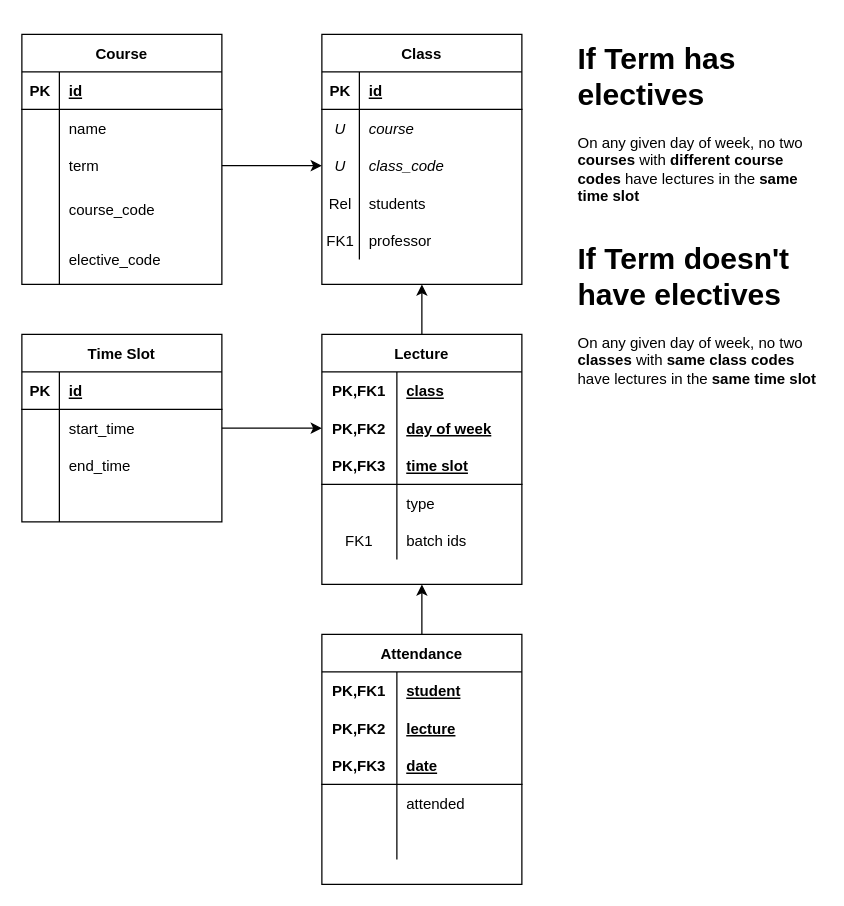
Before: page "Timetable & Attendance" (7 of 7) of miscellaneous/revamp.drawio in Epic-ERP/media, a draw.io diagram. Source tidied: cells renumbered, new cells numbered last; positions are measured from the earlier drawing's top-left corner, leaving out a move shared by most shapes. Both pictures are drawn from the tidied source at 125%, with x=0, y=0 at pixel (21, 34).
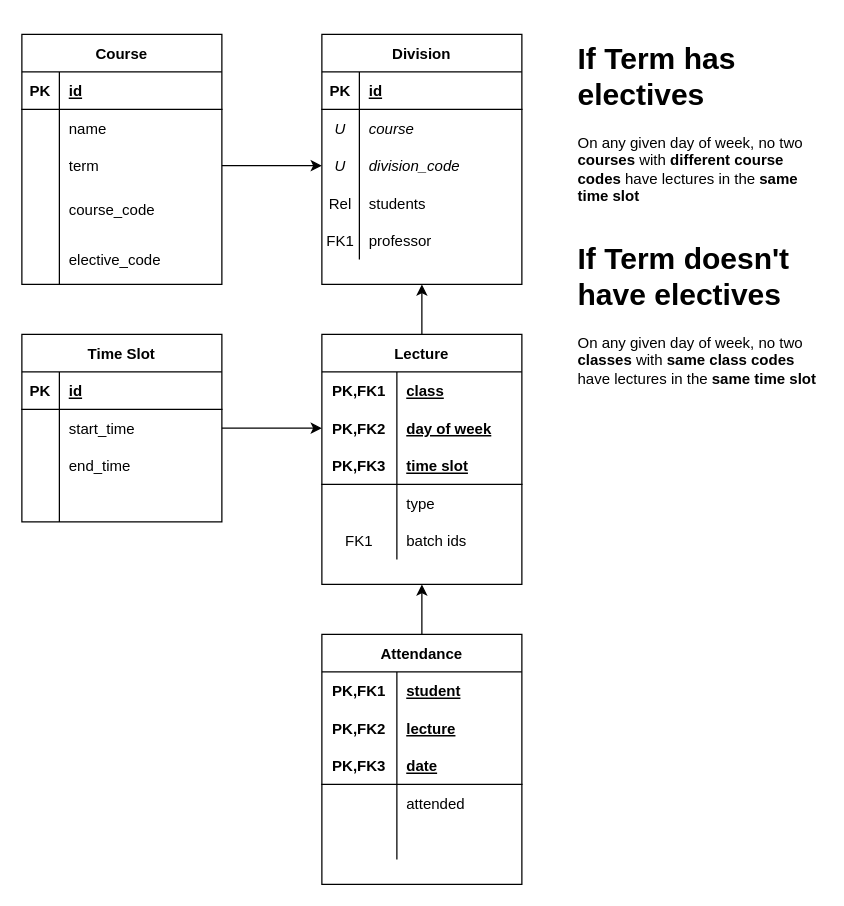
After the change.

The change refers to these unchanged cells:
```xml
<mxCell id="75" style="shape=partialRectangle;fillColor=none;top=0;left=0;bottom=0;right=0;points=[[0,0.5],[1,0.5]];portConstraint=eastwest;" parent="68" vertex="1">
  <mxGeometry y="90" width="160" height="30" as="geometry" />
</mxCell>
```

What changed in the source:
```diff
@@
-    <mxCell id="68" value="Class" style="shape=table;startSize=30;childLayout=tableLayout;rowLines=0;fontStyle=1;align=center;" parent="1" vertex="1">
+    <mxCell id="68" value="Division" style="shape=table;startSize=30;childLayout=tableLayout;rowLines=0;fontStyle=1;align=center;" parent="1" vertex="1">
       <mxGeometry x="240" width="160" height="200" as="geometry" />
     </mxCell>
@@
-    <mxCell id="77" value="class_code" style="shape=partialRectangle;fillColor=none;top=0;left=0;bottom=0;right=0;align=left;spacingLeft=6;overflow=hidden;fontStyle=2;" parent="75" vertex="1">
+    <mxCell id="77" value="division_code" style="shape=partialRectangle;fillColor=none;top=0;left=0;bottom=0;right=0;align=left;spacingLeft=6;overflow=hidden;fontStyle=2;" parent="75" vertex="1">
       <mxGeometry x="30" width="130" height="30" as="geometry" />
     </mxCell>
```
